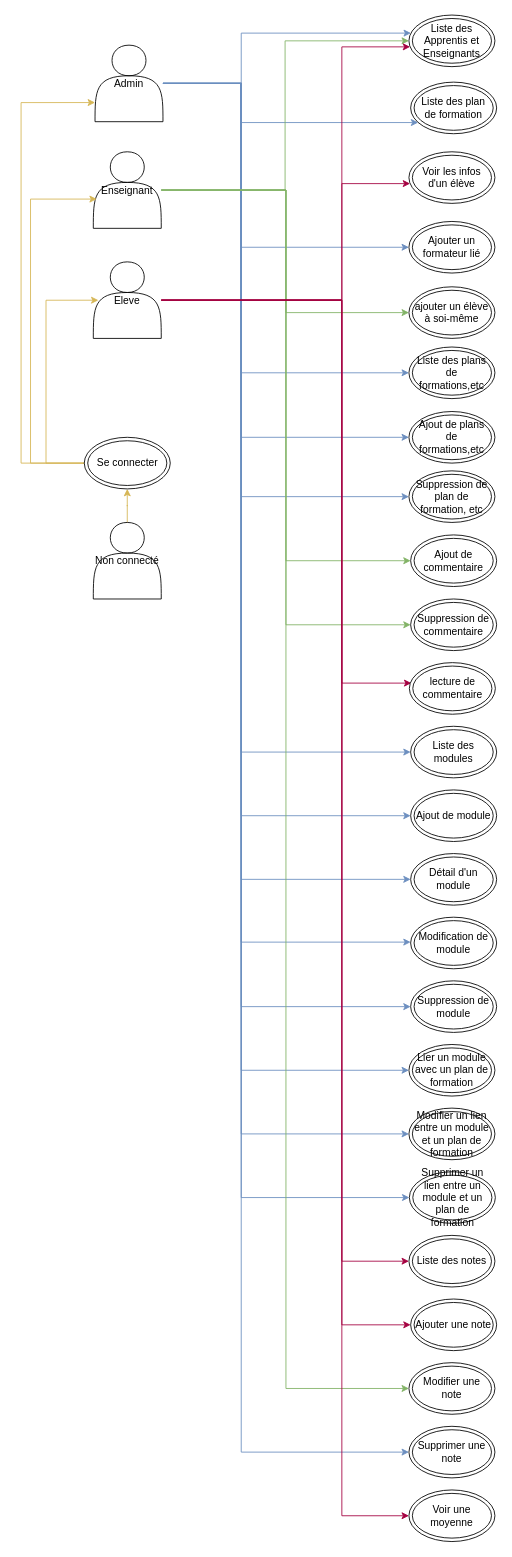
The draw.io diagram documentation/schema d'utilisation.drawio in benmoumene/manage-course-codeigniter-4, before the edit. Source tidied: cells renumbered, new cells numbered last; positions are measured from the earlier drawing's top-left corner, leaving out a move shared by most shapes. Both pictures are drawn from the tidied source at 86%, with x=0, y=0 at pixel (21, 15).
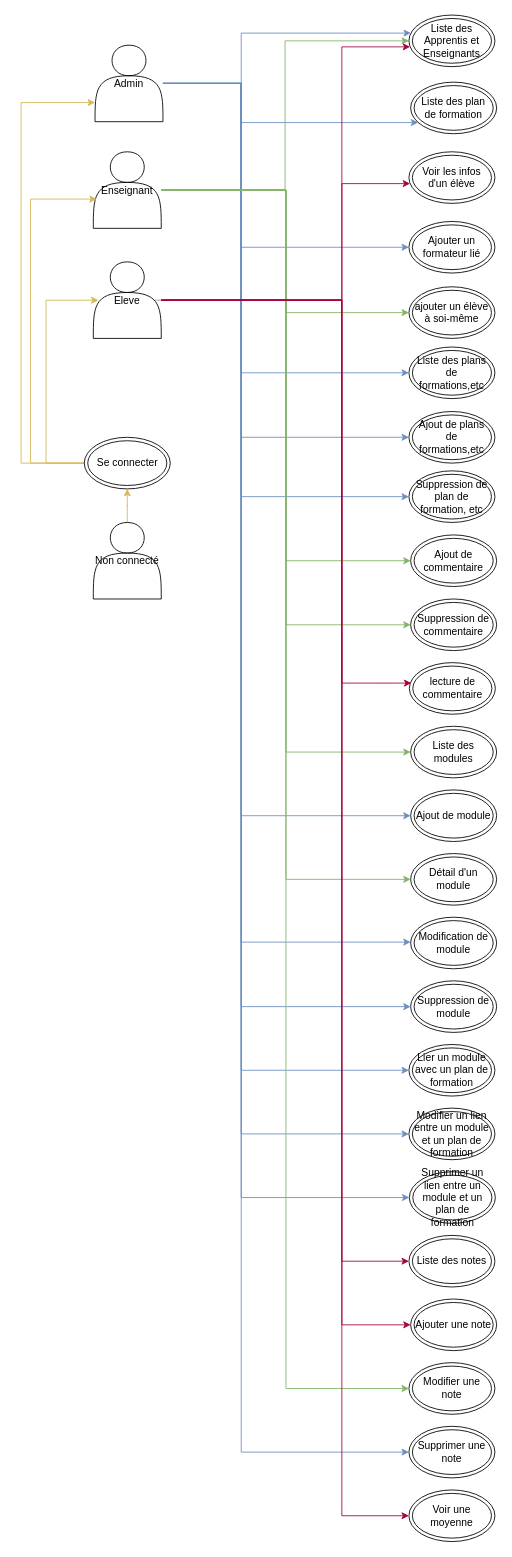
After the change.

Commit message:
Update use schema to include changes for module viewing

Unchanged cells that the change refers to:
```xml
<mxCell id="17" value="Admin" style="shape=actor;whiteSpace=wrap;html=1;" parent="1" vertex="1">
  <mxGeometry x="86" y="35" width="79" height="89" as="geometry" />
</mxCell>
<mxCell id="23" value="&lt;p style=&quot;line-height: 120%&quot;&gt;Enseignant&lt;/p&gt;" style="shape=actor;whiteSpace=wrap;html=1;" parent="1" vertex="1">
  <mxGeometry x="84" y="159" width="79" height="89" as="geometry" />
</mxCell>
<mxCell id="30" value="Eleve" style="shape=actor;whiteSpace=wrap;html=1;" parent="1" vertex="1">
  <mxGeometry x="84" y="287" width="79" height="89" as="geometry" />
</mxCell>
<mxCell id="48" value="Liste des modules" style="ellipse;shape=doubleEllipse;whiteSpace=wrap;html=1;" parent="1" vertex="1">
  <mxGeometry x="453" y="827" width="100" height="60" as="geometry" />
</mxCell>
<mxCell id="50" value="&lt;div&gt;Détail d'un module&lt;/div&gt;" style="ellipse;shape=doubleEllipse;whiteSpace=wrap;html=1;" parent="1" vertex="1">
  <mxGeometry x="453" y="975" width="100" height="60" as="geometry" />
</mxCell>
```

Diff of the diagram source:
```diff
@@
-    <mxCell id="8" style="edgeStyle=orthogonalEdgeStyle;rounded=0;jettySize=auto;html=1;entryX=0;entryY=0.5;entryDx=0;entryDy=0;strokeColor=#6C8EBF;" parent="1" edge="1" source="17" target="48">
+    <mxCell id="8" style="edgeStyle=orthogonalEdgeStyle;rounded=0;jettySize=auto;html=1;entryX=0;entryY=0.5;entryDx=0;entryDy=0;strokeColor=#82b366;fillColor=#d5e8d4;exitX=0.9;exitY=0.5;exitDx=0;exitDy=0;exitPerimeter=0;" parent="1" edge="1" source="30" target="48">
       <mxGeometry relative="1" as="geometry">
         <Array as="points">
-          <mxPoint x="256" y="80" />
-          <mxPoint x="256" y="857" />
+          <mxPoint x="308" y="332" />
+          <mxPoint x="308" y="857" />
         </Array>
       </mxGeometry>
     </mxCell>
@@
-    <mxCell id="10" style="edgeStyle=orthogonalEdgeStyle;rounded=0;jettySize=auto;html=1;entryX=0;entryY=0.5;entryDx=0;entryDy=0;strokeColor=#6C8EBF;" parent="1" edge="1" source="17" target="50">
-      <mxGeometry relative="1" as="geometry">
-        <Array as="points">
-          <mxPoint x="256" y="80" />
-          <mxPoint x="256" y="1005" />
-        </Array>
-      </mxGeometry>
-    </mxCell>
@@
+    <mxCell id="61" style="edgeStyle=orthogonalEdgeStyle;rounded=0;jettySize=auto;html=1;entryX=0;entryY=0.5;entryDx=0;entryDy=0;strokeColor=#82b366;fillColor=#d5e8d4;" parent="1" edge="1" source="23" target="50">
+      <mxGeometry relative="1" as="geometry" />
+    </mxCell>
```
